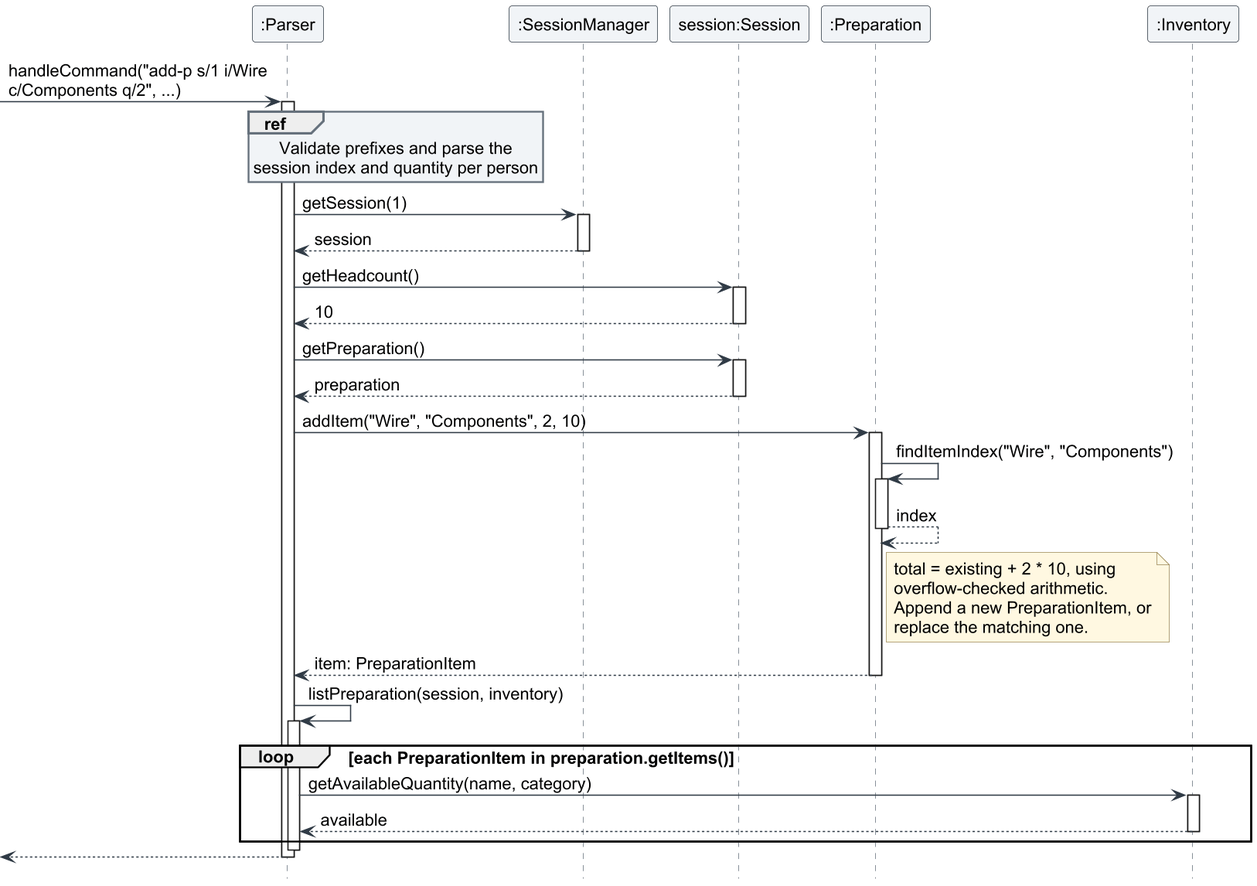
AY2627S1-CS2113-T11-3/tp keeps this PlantUML diagram as docs/images/preparation-add-sequence.png. Above is the earlier version. Its diagram source:
```plantuml
@startuml
!include loan-style.puml
hide footbox
skinparam maxMessageSize 240

participant ":Parser" as Parser
participant ":SessionManager" as Manager
participant "session:Session" as Session
participant ":Preparation" as Preparation
participant ":Inventory" as Inventory

[-> Parser : handleCommand("add-p s/1 i/Wire c/Components q/2", ...)
activate Parser
ref over Parser
    Validate prefixes and parse the
    session index and quantity per person
end ref
Parser -> Manager : getSession(1)
activate Manager
Manager --> Parser : session
deactivate Manager
Parser -> Session : getHeadcount()
activate Session
Session --> Parser : 10
deactivate Session
Parser -> Session : getPreparation()
activate Session
Session --> Parser : preparation
deactivate Session
Parser -> Preparation : addItem("Wire", "Components", 2, 10)
activate Preparation
Preparation -> Preparation : findItemIndex("Wire", "Components")
activate Preparation
Preparation --> Preparation : index
deactivate Preparation
note right of Preparation
    total = existing + 2 * 10, using
    overflow-checked arithmetic.
    Append a new PreparationItem, or
    replace the matching one.
end note
Preparation --> Parser : item: PreparationItem
deactivate Preparation
Parser -> Parser : listPreparation(session, inventory)
activate Parser
loop each PreparationItem in preparation.getItems()
    Parser -> Inventory : getAvailableQuantity(name, category)
    activate Inventory
    Inventory --> Parser : available
    deactivate Inventory
end
deactivate Parser
[<-- Parser
deactivate Parser
@enduml
```
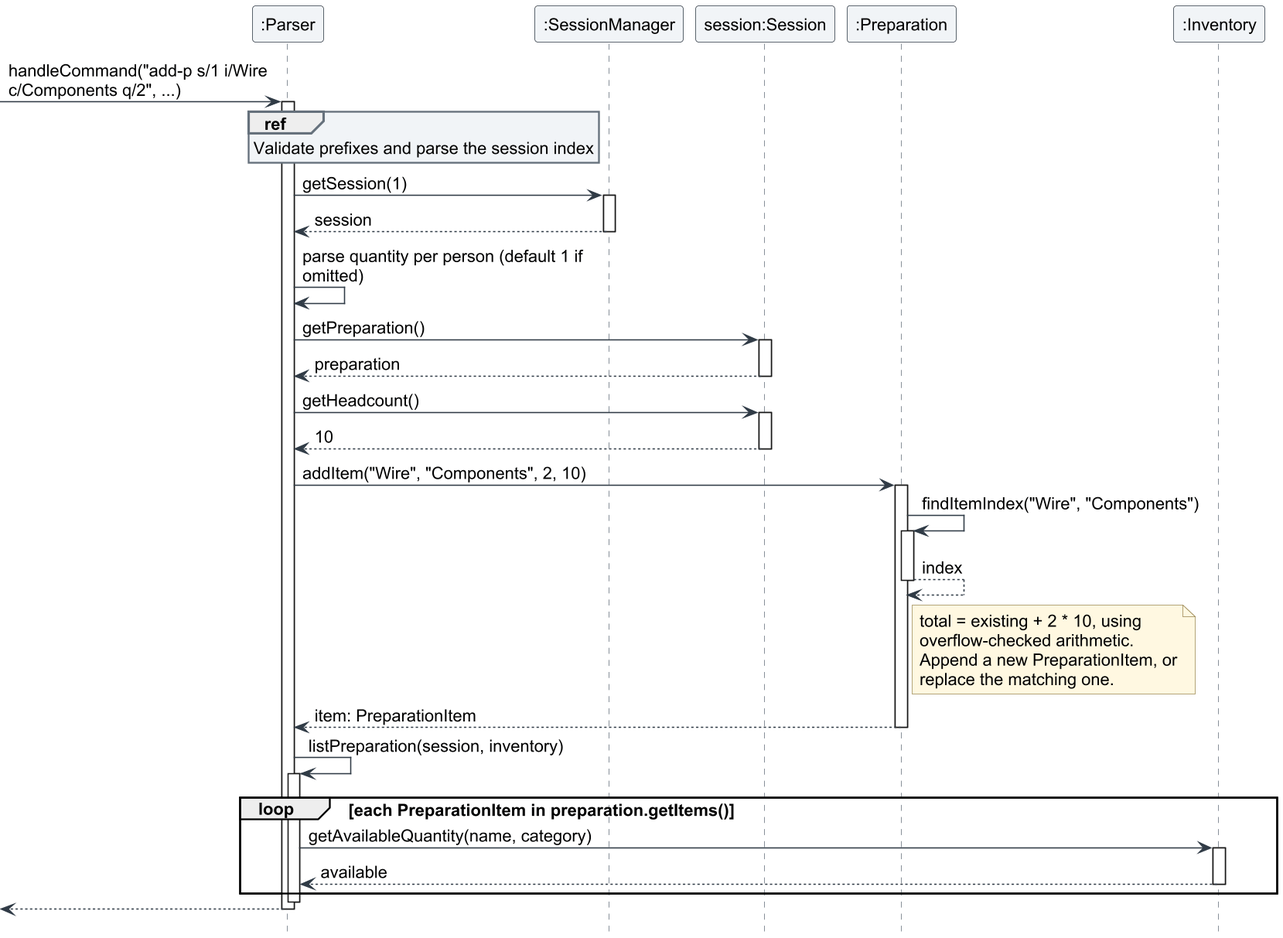
After the commit.

Diff of the diagram source:
```diff
@@ -12,20 +12,20 @@
 [-> Parser : handleCommand("add-p s/1 i/Wire c/Components q/2", ...)
 activate Parser
 ref over Parser
-    Validate prefixes and parse the
-    session index and quantity per person
+    Validate prefixes and parse the session index
 end ref
 Parser -> Manager : getSession(1)
 activate Manager
 Manager --> Parser : session
 deactivate Manager
+Parser -> Parser : parse quantity per person (default 1 if omitted)
+Parser -> Session : getPreparation()
+activate Session
+Session --> Parser : preparation
+deactivate Session
 Parser -> Session : getHeadcount()
 activate Session
 Session --> Parser : 10
-deactivate Session
-Parser -> Session : getPreparation()
-activate Session
-Session --> Parser : preparation
 deactivate Session
 Parser -> Preparation : addItem("Wire", "Components", 2, 10)
 activate Preparation
```
